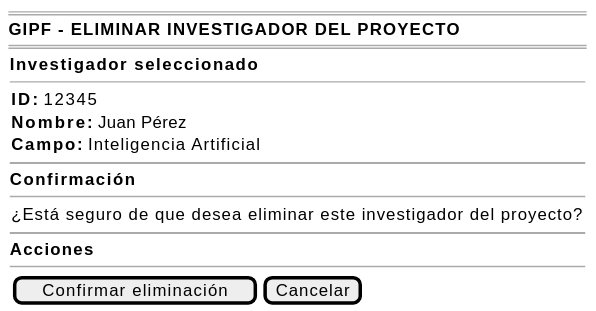
Above: images/RUP/00-casos-uso/02-detalle/coordinador/eliminarInvestigador/eliminarInvestigador-wireframe.svg in beatriizorozco/25-26-idsw2-sdVC (PlantUML), before the change.
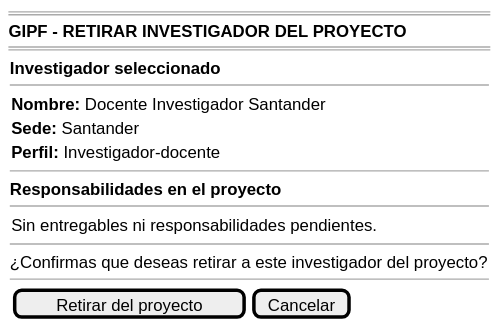
After the change.

Change to the diagram source:
```diff
@@ -1,30 +1,26 @@
 @startsalt eliminarInvestigador-wireframe
 {
     ====
-    <b>GIPF - ELIMINAR INVESTIGADOR DEL PROYECTO</b>
+    <b>GIPF - RETIRAR INVESTIGADOR DEL PROYECTO</b>
     ====
     {
         <b>Investigador seleccionado</b>
         --
         {
-            <b>ID:</b> 12345
-            <b>Nombre:</b> Juan Pérez
-            <b>Campo:</b> Inteligencia Artificial
+            <b>Nombre:</b> Docente Investigador Santander
+            <b>Sede:</b> Santander
+            <b>Perfil:</b> Investigador-docente
         }
-
-        ~~
-
-        <b>Confirmación</b>
+        --
+        <b>Responsabilidades en el proyecto</b>
         --
         {
-            ¿Está seguro de que desea eliminar este investigador del proyecto?
+            Sin entregables ni responsabilidades pendientes.
         }
-
-        ~~
-
-        <b>Acciones</b>
         --
-        {[Confirmar eliminación] | [Cancelar]}
+        ¿Confirmas que deseas retirar a este investigador del proyecto?
+        --
+        {[Retirar del proyecto] | [Cancelar]}
     }
 }
 @endsalt
```
